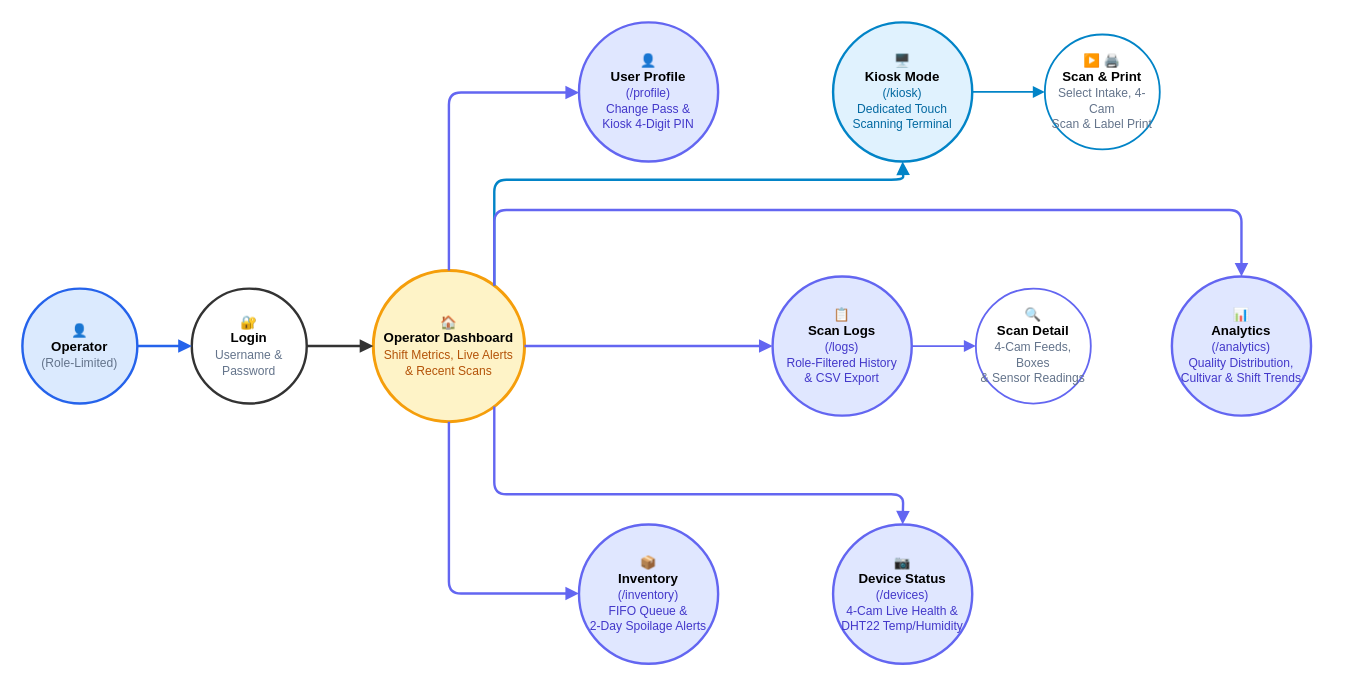
Before: docs/bananavision-docs/docs/workflows/workflow_operator.drawio in BlackShark404/BananaVision, a draw.io diagram. Source tidied: cells renumbered, new cells numbered last; positions are measured from the earlier drawing's top-left corner, leaving out a move shared by most shapes. Both pictures are drawn from the tidied source at 121%, with x=0, y=0 at pixel (22, 22).
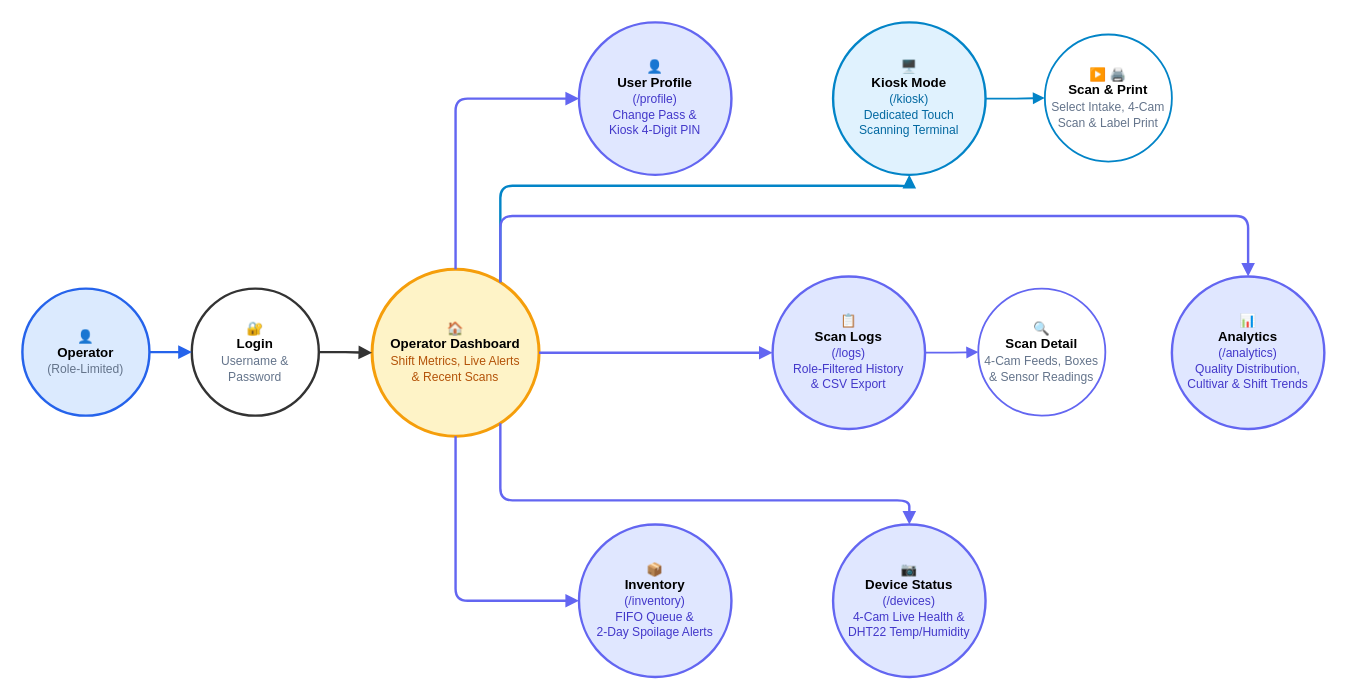
Above is the later version.

Commit message (it also covers changes not shown here):
docs: update IoT and workflow diagram layouts and node dimensions

What changed in the source:
```diff
@@
-    <mxCell id="2" value="👤&lt;br&gt;&lt;b&gt;Operator&lt;/b&gt;&lt;br&gt;&lt;font color=&quot;#64748b&quot; style=&quot;font-size: 10px;&quot;&gt;(Role-Limited)&lt;/font&gt;" style="ellipse;whiteSpace=wrap;html=1;fillColor=#dbeafe;strokeColor=#2563eb;strokeWidth=2;fontSize=11;" parent="1" vertex="1">
-      <mxGeometry y="220" width="95" height="95" as="geometry" />
+    <mxCell id="2" value="👤&lt;br&gt;&lt;b&gt;Operator&lt;/b&gt;&lt;br&gt;&lt;font color=&quot;#64748b&quot; style=&quot;font-size: 10px;&quot;&gt;(Role-Limited)&lt;/font&gt;" style="ellipse;whiteSpace=wrap;html=1;fillColor=#dbeafe;strokeColor=#2563eb;strokeWidth=2;fontSize=11;spacing=2;" parent="1" vertex="1">
+      <mxGeometry y="220" width="105" height="105" as="geometry" />
     </mxCell>
-    <mxCell id="3" value="🔐&lt;br&gt;&lt;b&gt;Login&lt;/b&gt;&lt;br&gt;&lt;font color=&quot;#64748b&quot; style=&quot;font-size: 10px;&quot;&gt;Username &amp;amp;&lt;br&gt;Password&lt;/font&gt;" style="ellipse;whiteSpace=wrap;html=1;fillColor=#ffffff;strokeColor=#333333;strokeWidth=2;fontSize=11;" parent="1" vertex="1">
-      <mxGeometry x="140" y="220" width="95" height="95" as="geometry" />
+    <mxCell id="3" value="🔐&lt;br&gt;&lt;b&gt;Login&lt;/b&gt;&lt;br&gt;&lt;font color=&quot;#64748b&quot; style=&quot;font-size: 10px;&quot;&gt;Username &amp;amp;&lt;br&gt;Password&lt;/font&gt;" style="ellipse;whiteSpace=wrap;html=1;fillColor=#ffffff;strokeColor=#333333;strokeWidth=2;fontSize=11;spacing=2;" parent="1" vertex="1">
+      <mxGeometry x="140" y="220" width="105" height="105" as="geometry" />
     </mxCell>
-    <mxCell id="4" value="🏠&lt;br&gt;&lt;b&gt;Operator Dashboard&lt;/b&gt;&lt;br&gt;&lt;font color=&quot;#b45309&quot; style=&quot;font-size: 10px;&quot;&gt;Shift Metrics, Live Alerts&lt;br&gt;&amp;amp; Recent Scans&lt;/font&gt;" style="ellipse;whiteSpace=wrap;html=1;fillColor=#fef3c7;strokeColor=#f59e0b;strokeWidth=2.5;fontSize=11;" parent="1" vertex="1">
-      <mxGeometry x="290" y="205" width="125" height="125" as="geometry" />
+    <mxCell id="4" value="🏠&lt;br&gt;&lt;b&gt;Operator Dashboard&lt;/b&gt;&lt;br&gt;&lt;font color=&quot;#b45309&quot; style=&quot;font-size: 10px;&quot;&gt;Shift Metrics, Live Alerts&lt;br&gt;&amp;amp; Recent Scans&lt;/font&gt;" style="ellipse;whiteSpace=wrap;html=1;fillColor=#fef3c7;strokeColor=#f59e0b;strokeWidth=2.5;fontSize=11;spacing=3;" parent="1" vertex="1">
+      <mxGeometry x="289" y="204" width="138" height="138" as="geometry" />
     </mxCell>
-    <mxCell id="5" value="👤&lt;br&gt;&lt;b&gt;User Profile&lt;/b&gt;&lt;br&gt;&lt;font color=&quot;#4338ca&quot; style=&quot;font-size: 10px;&quot;&gt;(/profile)&lt;br&gt;Change Pass &amp;amp;&lt;br&gt;Kiosk 4-Digit PIN&lt;/font&gt;" style="ellipse;whiteSpace=wrap;html=1;fillColor=#e0e7ff;strokeColor=#6366f1;strokeWidth=2;fontSize=11;" parent="1" vertex="1">
-      <mxGeometry x="460" width="115" height="115" as="geometry" />
+    <mxCell id="5" value="👤&lt;br&gt;&lt;b&gt;User Profile&lt;/b&gt;&lt;br&gt;&lt;font color=&quot;#4338ca&quot; style=&quot;font-size: 10px;&quot;&gt;(/profile)&lt;br&gt;Change Pass &amp;amp;&lt;br&gt;Kiosk 4-Digit PIN&lt;/font&gt;" style="ellipse;whiteSpace=wrap;html=1;fillColor=#e0e7ff;strokeColor=#6366f1;strokeWidth=2;fontSize=11;spacing=3;" parent="1" vertex="1">
+      <mxGeometry x="460" width="126" height="126" as="geometry" />
     </mxCell>
-    <mxCell id="6" value="🖥️&lt;br&gt;&lt;b&gt;Kiosk Mode&lt;/b&gt;&lt;br&gt;&lt;font color=&quot;#0369a1&quot; style=&quot;font-size: 10px;&quot;&gt;(/kiosk)&lt;br&gt;Dedicated Touch&lt;br&gt;Scanning Terminal&lt;/font&gt;" style="ellipse;whiteSpace=wrap;html=1;fillColor=#e0f2fe;strokeColor=#0284c7;strokeWidth=2;fontSize=11;" parent="1" vertex="1">
-      <mxGeometry x="670" width="115" height="115" as="geometry" />
+    <mxCell id="6" value="🖥️&lt;br&gt;&lt;b&gt;Kiosk Mode&lt;/b&gt;&lt;br&gt;&lt;font color=&quot;#0369a1&quot; style=&quot;font-size: 10px;&quot;&gt;(/kiosk)&lt;br&gt;Dedicated Touch&lt;br&gt;Scanning Terminal&lt;/font&gt;" style="ellipse;whiteSpace=wrap;html=1;fillColor=#e0f2fe;strokeColor=#0284c7;strokeWidth=2;fontSize=11;spacing=3;" parent="1" vertex="1">
+      <mxGeometry x="670" width="126" height="126" as="geometry" />
     </mxCell>
-    <mxCell id="7" value="▶️ 🖨️&lt;br&gt;&lt;b&gt;Scan &amp;amp; Print&lt;/b&gt;&lt;br&gt;&lt;font color=&quot;#64748b&quot; style=&quot;font-size: 10px;&quot;&gt;Select Intake, 4-Cam&lt;br&gt;Scan &amp;amp; Label Print&lt;/font&gt;" style="ellipse;whiteSpace=wrap;html=1;fillColor=#ffffff;strokeColor=#0284c7;strokeWidth=1.5;fontSize=11;" parent="1" vertex="1">
-      <mxGeometry x="845" y="10" width="95" height="95" as="geometry" />
+    <mxCell id="7" value="▶️ 🖨️&lt;br&gt;&lt;b&gt;Scan &amp;amp; Print&lt;/b&gt;&lt;br&gt;&lt;font color=&quot;#64748b&quot; style=&quot;font-size: 10px;&quot;&gt;Select Intake, 4-Cam&lt;br&gt;Scan &amp;amp; Label Print&lt;/font&gt;" style="ellipse;whiteSpace=wrap;html=1;fillColor=#ffffff;strokeColor=#0284c7;strokeWidth=1.5;fontSize=11;spacing=2;" parent="1" vertex="1">
+      <mxGeometry x="845" y="10" width="105" height="105" as="geometry" />
     </mxCell>
-    <mxCell id="8" value="📋&lt;br&gt;&lt;b&gt;Scan Logs&lt;/b&gt;&lt;br&gt;&lt;font color=&quot;#4338ca&quot; style=&quot;font-size: 10px;&quot;&gt;(/logs)&lt;br&gt;Role-Filtered History&lt;br&gt;&amp;amp; CSV Export&lt;/font&gt;" style="ellipse;whiteSpace=wrap;html=1;fillColor=#e0e7ff;strokeColor=#6366f1;strokeWidth=2;fontSize=11;" parent="1" vertex="1">
-      <mxGeometry x="620" y="210" width="115" height="115" as="geometry" />
+    <mxCell id="8" value="📋&lt;br&gt;&lt;b&gt;Scan Logs&lt;/b&gt;&lt;br&gt;&lt;font color=&quot;#4338ca&quot; style=&quot;font-size: 10px;&quot;&gt;(/logs)&lt;br&gt;Role-Filtered History&lt;br&gt;&amp;amp; CSV Export&lt;/font&gt;" style="ellipse;whiteSpace=wrap;html=1;fillColor=#e0e7ff;strokeColor=#6366f1;strokeWidth=2;fontSize=11;spacing=3;" parent="1" vertex="1">
+      <mxGeometry x="620" y="210" width="126" height="126" as="geometry" />
     </mxCell>
-    <mxCell id="9" value="🔍&lt;br&gt;&lt;b&gt;Scan Detail&lt;/b&gt;&lt;br&gt;&lt;font color=&quot;#64748b&quot; style=&quot;font-size: 10px;&quot;&gt;4-Cam Feeds, Boxes&lt;br&gt;&amp;amp; Sensor Readings&lt;/font&gt;" style="ellipse;whiteSpace=wrap;html=1;fillColor=#ffffff;strokeColor=#6366f1;strokeWidth=1.5;fontSize=11;" parent="1" vertex="1">
-      <mxGeometry x="788" y="220" width="95" height="95" as="geometry" />
+    <mxCell id="9" value="🔍&lt;br&gt;&lt;b&gt;Scan Detail&lt;/b&gt;&lt;br&gt;&lt;font color=&quot;#64748b&quot; style=&quot;font-size: 10px;&quot;&gt;4-Cam Feeds, Boxes&lt;br&gt;&amp;amp; Sensor Readings&lt;/font&gt;" style="ellipse;whiteSpace=wrap;html=1;fillColor=#ffffff;strokeColor=#6366f1;strokeWidth=1.5;fontSize=11;spacing=2;" parent="1" vertex="1">
+      <mxGeometry x="790" y="220" width="105" height="105" as="geometry" />
     </mxCell>
-    <mxCell id="10" value="📊&lt;br&gt;&lt;b&gt;Analytics&lt;/b&gt;&lt;br&gt;&lt;font color=&quot;#4338ca&quot; style=&quot;font-size: 10px;&quot;&gt;(/analytics)&lt;br&gt;Quality Distribution,&lt;br&gt;Cultivar &amp;amp; Shift Trends&lt;/font&gt;" style="ellipse;whiteSpace=wrap;html=1;fillColor=#e0e7ff;strokeColor=#6366f1;strokeWidth=2;fontSize=11;" parent="1" vertex="1">
-      <mxGeometry x="950" y="210" width="115" height="115" as="geometry" />
+    <mxCell id="10" value="📊&lt;br&gt;&lt;b&gt;Analytics&lt;/b&gt;&lt;br&gt;&lt;font color=&quot;#4338ca&quot; style=&quot;font-size: 10px;&quot;&gt;(/analytics)&lt;br&gt;Quality Distribution,&lt;br&gt;Cultivar &amp;amp; Shift Trends&lt;/font&gt;" style="ellipse;whiteSpace=wrap;html=1;fillColor=#e0e7ff;strokeColor=#6366f1;strokeWidth=2;fontSize=11;spacing=3;" parent="1" vertex="1">
+      <mxGeometry x="950" y="210" width="126" height="126" as="geometry" />
     </mxCell>
-    <mxCell id="11" value="📦&lt;br&gt;&lt;b&gt;Inventory&lt;/b&gt;&lt;br&gt;&lt;font color=&quot;#4338ca&quot; style=&quot;font-size: 10px;&quot;&gt;(/inventory)&lt;br&gt;FIFO Queue &amp;amp;&lt;br&gt;2-Day Spoilage Alerts&lt;/font&gt;" style="ellipse;whiteSpace=wrap;html=1;fillColor=#e0e7ff;strokeColor=#6366f1;strokeWidth=2;fontSize=11;" parent="1" vertex="1">
-      <mxGeometry x="460" y="415" width="115" height="115" as="geometry" />
+    <mxCell id="11" value="📦&lt;br&gt;&lt;b&gt;Inventory&lt;/b&gt;&lt;br&gt;&lt;font color=&quot;#4338ca&quot; style=&quot;font-size: 10px;&quot;&gt;(/inventory)&lt;br&gt;FIFO Queue &amp;amp;&lt;br&gt;2-Day Spoilage Alerts&lt;/font&gt;" style="ellipse;whiteSpace=wrap;html=1;fillColor=#e0e7ff;strokeColor=#6366f1;strokeWidth=2;fontSize=11;spacing=3;" parent="1" vertex="1">
+      <mxGeometry x="460" y="415" width="126" height="126" as="geometry" />
     </mxCell>
-    <mxCell id="12" value="📷&lt;br&gt;&lt;b&gt;Device Status&lt;/b&gt;&lt;br&gt;&lt;font color=&quot;#4338ca&quot; style=&quot;font-size: 10px;&quot;&gt;(/devices)&lt;br&gt;4-Cam Live Health &amp;amp;&lt;br&gt;DHT22 Temp/Humidity&lt;/font&gt;" style="ellipse;whiteSpace=wrap;html=1;fillColor=#e0e7ff;strokeColor=#6366f1;strokeWidth=2;fontSize=11;" parent="1" vertex="1">
-      <mxGeometry x="670" y="415" width="115" height="115" as="geometry" />
+    <mxCell id="12" value="📷&lt;br&gt;&lt;b&gt;Device Status&lt;/b&gt;&lt;br&gt;&lt;font color=&quot;#4338ca&quot; style=&quot;font-size: 10px;&quot;&gt;(/devices)&lt;br&gt;4-Cam Live Health &amp;amp;&lt;br&gt;DHT22 Temp/Humidity&lt;/font&gt;" style="ellipse;whiteSpace=wrap;html=1;fillColor=#e0e7ff;strokeColor=#6366f1;strokeWidth=2;fontSize=11;spacing=3;" parent="1" vertex="1">
+      <mxGeometry x="670" y="415" width="126" height="126" as="geometry" />
     </mxCell>
@@
     <mxCell id="15" style="edgeStyle=orthogonalEdgeStyle;rounded=1;jettySize=auto;html=1;strokeWidth=2;strokeColor=#6366f1;endArrow=block;endFill=1;" parent="1" edge="1" source="4" target="5">
       <mxGeometry relative="1" as="geometry">
         <Array as="points">
-          <mxPoint x="352" y="58" />
+          <mxPoint x="358" y="63" />
         </Array>
       </mxGeometry>
     </mxCell>
     <mxCell id="16" style="edgeStyle=orthogonalEdgeStyle;rounded=1;jettySize=auto;html=1;strokeWidth=2;strokeColor=#0284c7;endArrow=block;endFill=1;" parent="1" edge="1" source="4" target="6">
       <mxGeometry relative="1" as="geometry">
         <Array as="points">
-          <mxPoint x="390" y="130" />
-          <mxPoint x="728" y="130" />
+          <mxPoint x="395" y="135" />
+          <mxPoint x="733" y="135" />
         </Array>
       </mxGeometry>
     </mxCell>
@@
     <mxCell id="20" style="edgeStyle=orthogonalEdgeStyle;rounded=1;jettySize=auto;html=1;strokeWidth=2;strokeColor=#6366f1;endArrow=block;endFill=1;entryX=0.5;entryY=0;entryDx=0;entryDy=0;" parent="1" edge="1" source="4" target="10">
       <mxGeometry relative="1" as="geometry">
         <Array as="points">
-          <mxPoint x="390" y="155" />
-          <mxPoint x="1008" y="155" />
+          <mxPoint x="395" y="160" />
+          <mxPoint x="1013" y="160" />
         </Array>
       </mxGeometry>
     </mxCell>
     <mxCell id="21" style="edgeStyle=orthogonalEdgeStyle;rounded=1;jettySize=auto;html=1;strokeWidth=2;strokeColor=#6366f1;endArrow=block;endFill=1;" parent="1" edge="1" source="4" target="11">
       <mxGeometry relative="1" as="geometry">
         <Array as="points">
-          <mxPoint x="352" y="472" />
+          <mxPoint x="358" y="478" />
         </Array>
       </mxGeometry>
     </mxCell>
     <mxCell id="22" style="edgeStyle=orthogonalEdgeStyle;rounded=1;jettySize=auto;html=1;strokeWidth=2;strokeColor=#6366f1;endArrow=block;endFill=1;" parent="1" edge="1" source="4" target="12">
       <mxGeometry relative="1" as="geometry">
         <Array as="points">
-          <mxPoint x="390" y="390" />
-          <mxPoint x="728" y="390" />
+          <mxPoint x="395" y="395" />
+          <mxPoint x="733" y="395" />
         </Array>
       </mxGeometry>
     </mxCell>
```
